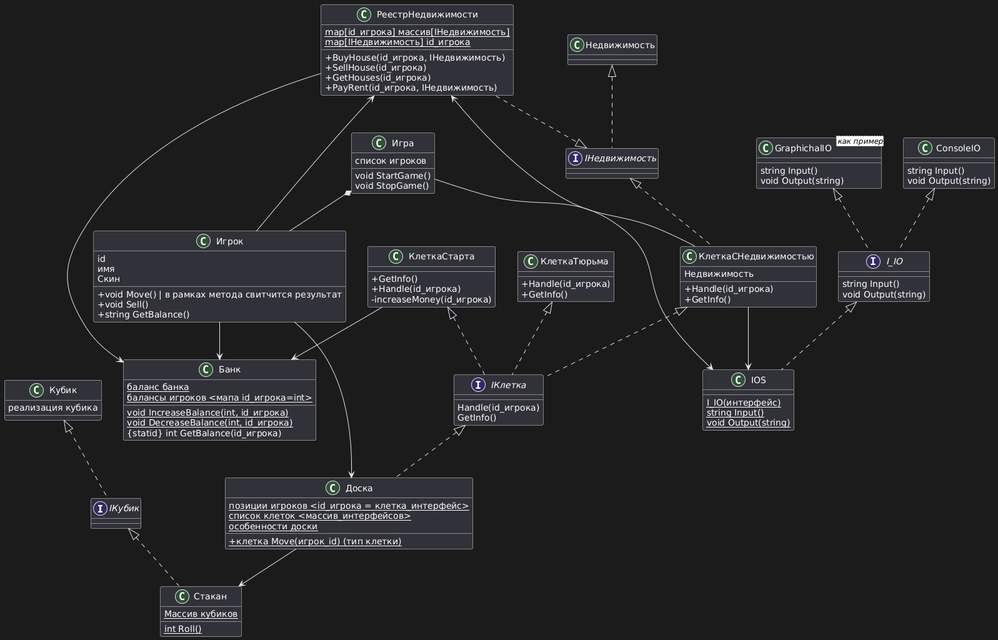
Above: Диаграмма классов.png in penamarth/bsbo-01-23_team1_var14_monopoly (PlantUML), before the change.
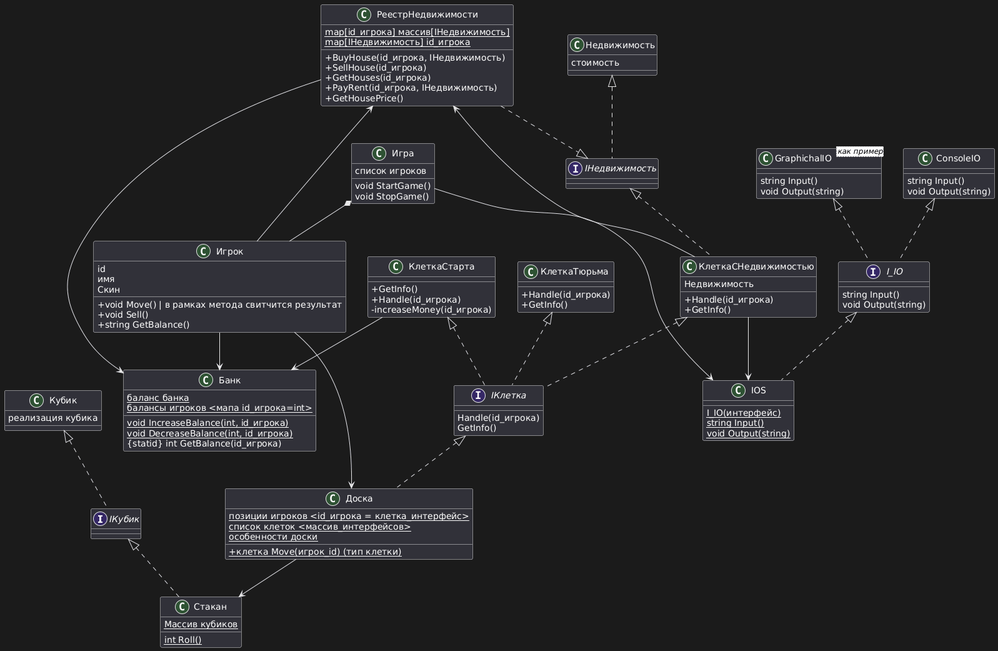
Above is the later version.

Diff of the diagram source:
```diff
@@ -101,6 +101,10 @@
   реализация кубика
 }
 
+class Недвижимость {
+  стоимость
+}
+
 
 
 class РеестрНедвижимости {
@@ -111,6 +115,7 @@
   +SellHouse(id_игрока)
   +GetHouses(id_игрока)
   +PayRent(id_игрока, IНедвижимость)
+  +GetHousePrice()
 }
 
 РеестрНедвижимости ..|> IНедвижимость
```
